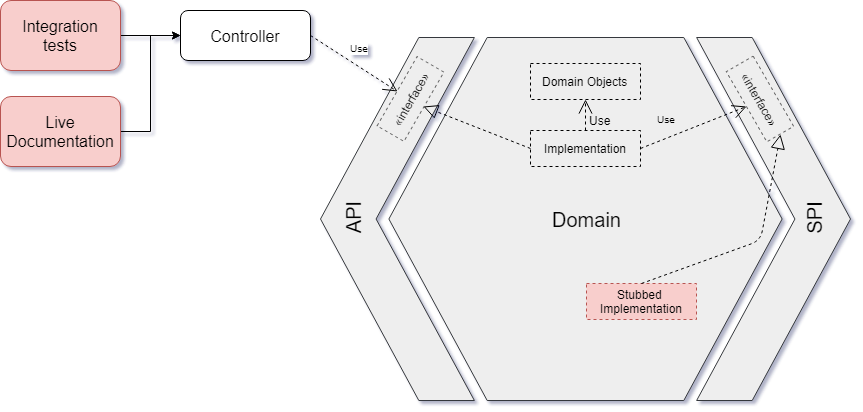
The draw.io diagram images/hexagon-stubbed.png in craftsrecords/talkadvisor-backend, before a commit. Source tidied: cells renumbered, new cells last; positions are measured from the earlier drawing's top-left corner, leaving out a move shared by most shapes. Its diagram source:
```xml
<mxGraphModel background="#ffffff">
  <root>
    <mxCell id="0" />
    <mxCell id="1" parent="0" />
    <mxCell id="2" style="group;comic=0;fontFamily=Helvetica;" parent="1" vertex="1">
      <mxGeometry x="320" y="37" width="530" height="363" as="geometry" />
    </mxCell>
    <mxCell id="3" style="group;comic=0;fontFamily=Helvetica;" parent="2" vertex="1">
      <mxGeometry width="530" height="363" as="geometry" />
    </mxCell>
    <mxCell id="4" style="shape=step;whiteSpace=wrap;html=1;size=0.6388888888888888;comic=0;fontFamily=Helvetica;fillColor=#eeeeee;strokeColor=#36393d;" parent="3" vertex="1">
      <mxGeometry x="376.1" width="153.9" height="363" as="geometry" />
    </mxCell>
    <mxCell id="5" style="shape=step;whiteSpace=wrap;html=1;size=0.6388888888888888;rotation=180;comic=0;fontFamily=Helvetica;fillColor=#eeeeee;strokeColor=#36393d;" parent="3" vertex="1">
      <mxGeometry width="153.9" height="363" as="geometry" />
    </mxCell>
    <mxCell id="6" value="&lt;font style=&quot;font-size: 20px&quot;&gt;Domain&lt;/font&gt;" style="shape=hexagon;perimeter=hexagonPerimeter;whiteSpace=wrap;html=1;fillColor=#eeeeee;strokeColor=#36393d;fontFamily=Helvetica;comic=0;" parent="3" vertex="1">
      <mxGeometry x="68.4" width="393.2" height="363" as="geometry" />
    </mxCell>
    <mxCell id="7" value="&lt;font style=&quot;font-size: 20px&quot;&gt;API&lt;/font&gt;" style="text;html=1;strokeColor=none;fillColor=none;align=center;verticalAlign=middle;whiteSpace=wrap;rotation=-90;fontFamily=Helvetica;comic=0;" parent="3" vertex="1">
      <mxGeometry x="-0.3" y="166.6" width="65.7" height="29.1" as="geometry" />
    </mxCell>
    <mxCell id="8" value="&lt;font style=&quot;font-size: 20px&quot;&gt;SPI&lt;/font&gt;" style="text;html=1;align=center;verticalAlign=middle;spacingTop=-4;rotation=-90;fontSize=24;fontFamily=Helvetica;comic=0;" parent="3" vertex="1">
      <mxGeometry x="470" y="165.5" width="50" height="30" as="geometry" />
    </mxCell>
    <mxCell id="9" value="Implementation" style="html=1;rounded=0;shadow=0;glass=0;comic=0;strokeColor=#000000;fillColor=none;gradientColor=none;fontFamily=Helvetica;fontSize=12;dashed=1;" parent="3" vertex="1">
      <mxGeometry x="210" y="93" width="110" height="36" as="geometry" />
    </mxCell>
    <mxCell id="10" value="&lt;font style=&quot;font-size: 12px&quot;&gt;Domain Objects&lt;/font&gt;" style="html=1;rounded=0;shadow=0;glass=0;comic=0;strokeColor=#000000;fillColor=none;gradientColor=none;fontFamily=Helvetica;fontSize=12;dashed=1;" parent="3" vertex="1">
      <mxGeometry x="210" y="26" width="110" height="36" as="geometry" />
    </mxCell>
    <mxCell id="11" value="Use" style="endArrow=open;endSize=12;dashed=1;html=1;labelBackgroundColor=none;fontFamily=Helvetica;fontSize=12;entryX=0.5;entryY=1;exitX=0.5;exitY=0;comic=0;" parent="3" edge="1" source="9" target="10">
      <mxGeometry x="-0.36" y="-15" relative="1" as="geometry" />
    </mxCell>
    <mxCell id="12" value="Stubbed &lt;br&gt;Implementation" style="html=1;rounded=0;shadow=0;glass=0;comic=0;strokeColor=#b85450;fillColor=#f8cecc;fontFamily=Helvetica;fontSize=12;dashed=1;" parent="3" vertex="1">
      <mxGeometry x="266" y="246" width="110" height="36" as="geometry" />
    </mxCell>
    <mxCell id="13" value="&lt;font style=&quot;font-size: 12px;&quot;&gt;«interface»&lt;/font&gt;&lt;br&gt;" style="html=1;comic=0;rotation=-60;fillColor=none;strokeColor=#666666;fontFamily=Helvetica;dashed=1;verticalAlign=middle;fontSize=12;" parent="2" vertex="1">
      <mxGeometry x="50" y="46" width="80" height="31" as="geometry" />
    </mxCell>
    <mxCell id="14" value="&lt;font style=&quot;font-size: 12px;&quot;&gt;«interface»&lt;/font&gt;&lt;br&gt;" style="html=1;comic=0;rotation=60;fillColor=none;strokeColor=#666666;fontFamily=Helvetica;dashed=1;verticalAlign=middle;fontSize=12;" parent="2" vertex="1">
      <mxGeometry x="399" y="46" width="81" height="31" as="geometry" />
    </mxCell>
    <mxCell id="15" style="endArrow=block;dashed=1;endFill=0;endSize=12;html=1;fontFamily=Helvetica;fontSize=10;entryX=0.5;entryY=1;exitX=0;exitY=0.5;comic=0;" parent="2" edge="1" source="9" target="13">
      <mxGeometry relative="1" as="geometry" />
    </mxCell>
    <mxCell id="16" style="edgeStyle=orthogonalEdgeStyle;rounded=0;comic=0;html=1;exitX=0.5;exitY=0;entryX=0.5;entryY=0;labelBackgroundColor=none;jettySize=auto;orthogonalLoop=1;fontFamily=Helvetica;fontSize=20;" parent="2" edge="1" source="13" target="13">
      <mxGeometry relative="1" as="geometry" />
    </mxCell>
    <mxCell id="17" value="&lt;font style=&quot;font-size: 10px&quot;&gt;Use&lt;/font&gt;" style="endArrow=open;endSize=12;dashed=1;html=1;fontFamily=Helvetica;fontSize=18;exitX=1;exitY=0.5;entryX=0.5;entryY=1;labelBackgroundColor=none;comic=0;" parent="2" edge="1" source="9" target="14">
      <mxGeometry x="-0.38" y="19" relative="1" as="geometry" />
    </mxCell>
    <mxCell id="18" style="endArrow=block;dashed=1;endFill=0;endSize=12;html=1;labelBackgroundColor=none;fontFamily=Helvetica;fontSize=12;entryX=1;entryY=0.5;exitX=0.5;exitY=0;comic=0;" parent="2" edge="1" source="12" target="14">
      <mxGeometry relative="1" as="geometry">
        <Array as="points">
          <mxPoint x="440" y="203" />
        </Array>
      </mxGeometry>
    </mxCell>
    <mxCell id="19" style="edgeStyle=orthogonalEdgeStyle;rounded=0;comic=0;html=1;exitX=1;exitY=0.5;entryX=0;entryY=0.5;labelBackgroundColor=none;jettySize=auto;fontFamily=Helvetica;fontSize=12;" parent="1" edge="1" source="20" target="22">
      <mxGeometry relative="1" as="geometry" />
    </mxCell>
    <mxCell id="20" value="&lt;font style=&quot;font-size: 16px&quot;&gt;Integration&lt;br&gt;tests&lt;/font&gt;" style="rounded=1;whiteSpace=wrap;html=1;shadow=0;glass=0;comic=0;strokeColor=#b85450;fillColor=#f8cecc;fontFamily=Helvetica;fontSize=10;" parent="1" vertex="1">
      <mxGeometry width="120" height="70" as="geometry" />
    </mxCell>
    <mxCell id="21" value="Use" style="endArrow=open;endSize=12;dashed=1;html=1;fontFamily=Helvetica;fontSize=10;entryX=0.5;entryY=0;comic=0;exitX=1;exitY=0.5;" parent="1" edge="1" source="22" target="13">
      <mxGeometry x="-0.08" y="16" relative="1" as="geometry" />
    </mxCell>
    <mxCell id="22" value="&lt;span style=&quot;font-size: 16px&quot;&gt;Controller&lt;/span&gt;" style="rounded=1;whiteSpace=wrap;html=1;shadow=0;glass=0;comic=0;strokeColor=#000000;fillColor=#ffffff;fontFamily=Helvetica;fontSize=10;" parent="1" vertex="1">
      <mxGeometry x="180" y="10" width="130" height="50" as="geometry" />
    </mxCell>
    <mxCell id="23" style="edgeStyle=orthogonalEdgeStyle;rounded=0;comic=0;html=1;exitX=1;exitY=0.5;entryX=0;entryY=0.5;labelBackgroundColor=none;jettySize=auto;fontFamily=Helvetica;fontSize=12;" parent="1" edge="1" source="24" target="22">
      <mxGeometry relative="1" as="geometry" />
    </mxCell>
    <mxCell id="24" value="&lt;span style=&quot;font-size: 16px&quot;&gt;Live Documentation&lt;/span&gt;" style="rounded=1;whiteSpace=wrap;html=1;shadow=0;glass=0;comic=0;strokeColor=#b85450;fillColor=#f8cecc;fontFamily=Helvetica;fontSize=10;" parent="1" vertex="1">
      <mxGeometry y="96" width="120" height="70" as="geometry" />
    </mxCell>
  </root>
</mxGraphModel>
```
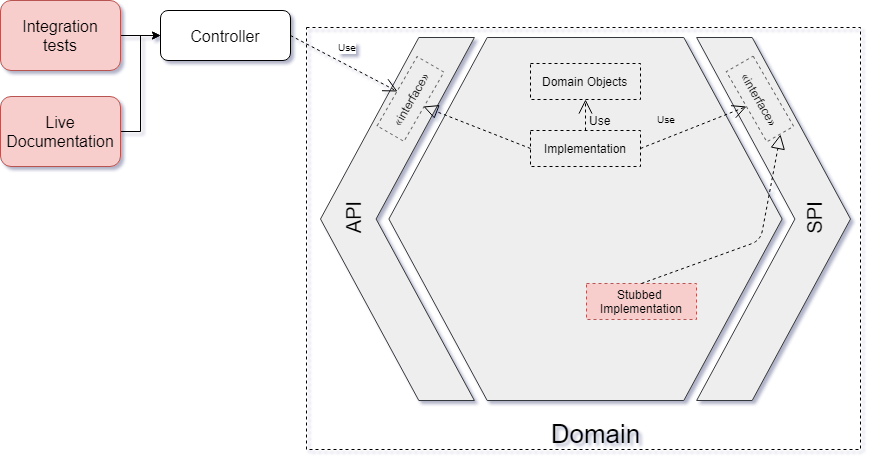
Above is the later version.

What changed in the source:
```diff
@@ -2,78 +2,84 @@
   <root>
     <mxCell id="0" />
     <mxCell id="1" parent="0" />
-    <mxCell id="2" style="group;comic=0;fontFamily=Helvetica;" parent="1" vertex="1">
-      <mxGeometry x="320" y="37" width="530" height="363" as="geometry" />
+    <mxCell id="2" style="rounded=0;whiteSpace=wrap;html=1;fillColor=none;gradientColor=#ffffff;dashed=1;comic=0;fontFamily=Helvetica;" parent="1" vertex="1">
+      <mxGeometry x="320" y="37" width="554" height="422" as="geometry" />
     </mxCell>
-    <mxCell id="3" style="group;comic=0;fontFamily=Helvetica;" parent="2" vertex="1">
-      <mxGeometry width="530" height="363" as="geometry" />
+    <mxCell id="3" style="group;comic=0;fontFamily=Helvetica;" parent="1" vertex="1">
+      <mxGeometry x="334" y="47" width="530" height="363" as="geometry" />
     </mxCell>
-    <mxCell id="4" style="shape=step;whiteSpace=wrap;html=1;size=0.6388888888888888;comic=0;fontFamily=Helvetica;fillColor=#eeeeee;strokeColor=#36393d;" parent="3" vertex="1">
-      <mxGeometry x="376.1" width="153.9" height="363" as="geometry" />
+    <mxCell id="4" style="group;comic=0;fontFamily=Helvetica;" parent="3" vertex="1">
+      <mxGeometry width="530" height="363" as="geometry" />
     </mxCell>
-    <mxCell id="5" style="shape=step;whiteSpace=wrap;html=1;size=0.6388888888888888;rotation=180;comic=0;fontFamily=Helvetica;fillColor=#eeeeee;strokeColor=#36393d;" parent="3" vertex="1">
-      <mxGeometry width="153.9" height="363" as="geometry" />
+    <mxCell id="5" style="shape=step;whiteSpace=wrap;html=1;size=0.6388888888888888;comic=0;fontFamily=Helvetica;fillColor=#eeeeee;strokeColor=#36393d;" parent="4" vertex="1">
+      <mxGeometry x="376.1" width="153.9" height="363" as="geometry" />
     </mxCell>
-    <mxCell id="6" value="&lt;font style=&quot;font-size: 20px&quot;&gt;Domain&lt;/font&gt;" style="shape=hexagon;perimeter=hexagonPerimeter;whiteSpace=wrap;html=1;fillColor=#eeeeee;strokeColor=#36393d;fontFamily=Helvetica;comic=0;" parent="3" vertex="1">
-      <mxGeometry x="68.4" width="393.2" height="363" as="geometry" />
+    <mxCell id="6" style="shape=step;whiteSpace=wrap;html=1;size=0.6388888888888888;rotation=180;comic=0;fontFamily=Helvetica;fillColor=#eeeeee;strokeColor=#36393d;" parent="4" vertex="1">
+      <mxGeometry width="153.9" height="363" as="geometry" />
     </mxCell>
-    <mxCell id="7" value="&lt;font style=&quot;font-size: 20px&quot;&gt;API&lt;/font&gt;" style="text;html=1;strokeColor=none;fillColor=none;align=center;verticalAlign=middle;whiteSpace=wrap;rotation=-90;fontFamily=Helvetica;comic=0;" parent="3" vertex="1">
-      <mxGeometry x="-0.3" y="166.6" width="65.7" height="29.1" as="geometry" />
+    <mxCell id="7" style="shape=hexagon;perimeter=hexagonPerimeter;whiteSpace=wrap;html=1;fillColor=#eeeeee;strokeColor=#36393d;fontFamily=Helvetica;comic=0;" parent="4" vertex="1">
+      <mxGeometry x="68.4" width="393.2" height="363" as="geometry" />
     </mxCell>
-    <mxCell id="8" value="&lt;font style=&quot;font-size: 20px&quot;&gt;SPI&lt;/font&gt;" style="text;html=1;align=center;verticalAlign=middle;spacingTop=-4;rotation=-90;fontSize=24;fontFamily=Helvetica;comic=0;" parent="3" vertex="1">
-      <mxGeometry x="470" y="165.5" width="50" height="30" as="geometry" />
+    <mxCell id="8" value="&lt;font style=&quot;font-size: 20px&quot;&gt;API&lt;/font&gt;" style="text;html=1;strokeColor=none;fillColor=none;align=center;verticalAlign=middle;whiteSpace=wrap;rotation=-90;fontFamily=Helvetica;comic=0;" parent="4" vertex="1">
+      <mxGeometry x="-0.3" y="166.6" width="65.7" height="29.1" as="geometry" />
     </mxCell>
-    <mxCell id="9" value="Implementation" style="html=1;rounded=0;shadow=0;glass=0;comic=0;strokeColor=#000000;fillColor=none;gradientColor=none;fontFamily=Helvetica;fontSize=12;dashed=1;" parent="3" vertex="1">
-      <mxGeometry x="210" y="93" width="110" height="36" as="geometry" />
+    <mxCell id="9" value="&lt;font style=&quot;font-size: 20px&quot;&gt;SPI&lt;/font&gt;" style="text;html=1;points=[];align=center;verticalAlign=middle;spacingTop=-4;rotation=-90;fontSize=24;fontFamily=Helvetica;comic=0;" parent="4" vertex="1">
+      <mxGeometry x="470" y="165.5" width="50" height="30" as="geometry" />
     </mxCell>
-    <mxCell id="10" value="&lt;font style=&quot;font-size: 12px&quot;&gt;Domain Objects&lt;/font&gt;" style="html=1;rounded=0;shadow=0;glass=0;comic=0;strokeColor=#000000;fillColor=none;gradientColor=none;fontFamily=Helvetica;fontSize=12;dashed=1;" parent="3" vertex="1">
-      <mxGeometry x="210" y="26" width="110" height="36" as="geometry" />
+    <mxCell id="10" value="Implementation" style="html=1;rounded=0;shadow=0;glass=0;comic=0;strokeColor=#000000;fillColor=none;gradientColor=none;fontFamily=Helvetica;fontSize=12;dashed=1;" parent="4" vertex="1">
+      <mxGeometry x="210" y="93" width="110" height="36" as="geometry" />
     </mxCell>
-    <mxCell id="11" value="Use" style="endArrow=open;endSize=12;dashed=1;html=1;labelBackgroundColor=none;fontFamily=Helvetica;fontSize=12;entryX=0.5;entryY=1;exitX=0.5;exitY=0;comic=0;" parent="3" edge="1" source="9" target="10">
-      <mxGeometry x="-0.36" y="-15" relative="1" as="geometry" />
+    <mxCell id="11" value="&lt;font style=&quot;font-size: 12px&quot;&gt;Domain Objects&lt;/font&gt;" style="html=1;rounded=0;shadow=0;glass=0;comic=0;strokeColor=#000000;fillColor=none;gradientColor=none;fontFamily=Helvetica;fontSize=12;dashed=1;" parent="4" vertex="1">
+      <mxGeometry x="210" y="26" width="110" height="36" as="geometry" />
     </mxCell>
-    <mxCell id="12" value="Stubbed &lt;br&gt;Implementation" style="html=1;rounded=0;shadow=0;glass=0;comic=0;strokeColor=#b85450;fillColor=#f8cecc;fontFamily=Helvetica;fontSize=12;dashed=1;" parent="3" vertex="1">
-      <mxGeometry x="266" y="246" width="110" height="36" as="geometry" />
+    <mxCell id="12" value="Use" style="endArrow=open;endSize=12;dashed=1;html=1;labelBackgroundColor=none;fontFamily=Helvetica;fontSize=12;entryX=0.5;entryY=1;exitX=0.5;exitY=0;comic=0;" parent="4" edge="1" source="10" target="11">
+      <mxGeometry x="-0.36" y="-15" relative="1" as="geometry" />
     </mxCell>
-    <mxCell id="13" value="&lt;font style=&quot;font-size: 12px;&quot;&gt;«interface»&lt;/font&gt;&lt;br&gt;" style="html=1;comic=0;rotation=-60;fillColor=none;strokeColor=#666666;fontFamily=Helvetica;dashed=1;verticalAlign=middle;fontSize=12;" parent="2" vertex="1">
-      <mxGeometry x="50" y="46" width="80" height="31" as="geometry" />
+    <mxCell id="13" value="Stubbed &lt;br&gt;Implementation" style="html=1;rounded=0;shadow=0;glass=0;comic=0;strokeColor=#b85450;fillColor=#f8cecc;fontFamily=Helvetica;fontSize=12;dashed=1;" parent="4" vertex="1">
+      <mxGeometry x="266" y="246" width="110" height="36" as="geometry" />
     </mxCell>
-    <mxCell id="14" value="&lt;font style=&quot;font-size: 12px;&quot;&gt;«interface»&lt;/font&gt;&lt;br&gt;" style="html=1;comic=0;rotation=60;fillColor=none;strokeColor=#666666;fontFamily=Helvetica;dashed=1;verticalAlign=middle;fontSize=12;" parent="2" vertex="1">
-      <mxGeometry x="399" y="46" width="81" height="31" as="geometry" />
+    <mxCell id="14" value="&lt;font style=&quot;font-size: 12px;&quot;&gt;«interface»&lt;/font&gt;&lt;br&gt;" style="html=1;comic=0;rotation=-60;fillColor=none;strokeColor=#666666;fontFamily=Helvetica;dashed=1;verticalAlign=middle;fontSize=12;" parent="3" vertex="1">
+      <mxGeometry x="50" y="46" width="80" height="31" as="geometry" />
     </mxCell>
-    <mxCell id="15" style="endArrow=block;dashed=1;endFill=0;endSize=12;html=1;fontFamily=Helvetica;fontSize=10;entryX=0.5;entryY=1;exitX=0;exitY=0.5;comic=0;" parent="2" edge="1" source="9" target="13">
-      <mxGeometry relative="1" as="geometry" />
+    <mxCell id="15" value="&lt;font style=&quot;font-size: 12px;&quot;&gt;«interface»&lt;/font&gt;&lt;br&gt;" style="html=1;comic=0;rotation=60;fillColor=none;strokeColor=#666666;fontFamily=Helvetica;dashed=1;verticalAlign=middle;fontSize=12;" parent="3" vertex="1">
+      <mxGeometry x="399" y="46" width="81" height="31" as="geometry" />
     </mxCell>
-    <mxCell id="16" style="edgeStyle=orthogonalEdgeStyle;rounded=0;comic=0;html=1;exitX=0.5;exitY=0;entryX=0.5;entryY=0;labelBackgroundColor=none;jettySize=auto;orthogonalLoop=1;fontFamily=Helvetica;fontSize=20;" parent="2" edge="1" source="13" target="13">
+    <mxCell id="16" style="endArrow=block;dashed=1;endFill=0;endSize=12;html=1;fontFamily=Helvetica;fontSize=10;entryX=0.5;entryY=1;exitX=0;exitY=0.5;comic=0;" parent="3" edge="1" source="10" target="14">
       <mxGeometry relative="1" as="geometry" />
     </mxCell>
-    <mxCell id="17" value="&lt;font style=&quot;font-size: 10px&quot;&gt;Use&lt;/font&gt;" style="endArrow=open;endSize=12;dashed=1;html=1;fontFamily=Helvetica;fontSize=18;exitX=1;exitY=0.5;entryX=0.5;entryY=1;labelBackgroundColor=none;comic=0;" parent="2" edge="1" source="9" target="14">
-      <mxGeometry x="-0.38" y="19" relative="1" as="geometry" />
+    <mxCell id="17" style="edgeStyle=orthogonalEdgeStyle;rounded=0;comic=0;html=1;exitX=0.5;exitY=0;entryX=0.5;entryY=0;labelBackgroundColor=none;jettySize=auto;orthogonalLoop=1;fontFamily=Helvetica;fontSize=20;" parent="3" edge="1" source="14" target="14">
+      <mxGeometry relative="1" as="geometry" />
     </mxCell>
-    <mxCell id="18" style="endArrow=block;dashed=1;endFill=0;endSize=12;html=1;labelBackgroundColor=none;fontFamily=Helvetica;fontSize=12;entryX=1;entryY=0.5;exitX=0.5;exitY=0;comic=0;" parent="2" edge="1" source="12" target="14">
-      <mxGeometry relative="1" as="geometry">
-        <Array as="points">
-          <mxPoint x="440" y="203" />
-        </Array>
-      </mxGeometry>
+    <mxCell id="18" value="&lt;font style=&quot;font-size: 10px&quot;&gt;Use&lt;/font&gt;" style="endArrow=open;endSize=12;dashed=1;html=1;fontFamily=Helvetica;fontSize=18;exitX=1;exitY=0.5;entryX=0.5;entryY=1;labelBackgroundColor=none;comic=0;" parent="3" edge="1" source="10" target="15">
+      <mxGeometry x="-0.38" y="19" relative="1" as="geometry" />
     </mxCell>
-    <mxCell id="19" style="edgeStyle=orthogonalEdgeStyle;rounded=0;comic=0;html=1;exitX=1;exitY=0.5;entryX=0;entryY=0.5;labelBackgroundColor=none;jettySize=auto;fontFamily=Helvetica;fontSize=12;" parent="1" edge="1" source="20" target="22">
-      <mxGeometry relative="1" as="geometry" />
+    <mxCell id="19" style="endArrow=block;dashed=1;endFill=0;endSize=12;html=1;labelBackgroundColor=none;fontFamily=Helvetica;fontSize=12;entryX=1;entryY=0.5;exitX=0.5;exitY=0;comic=0;" parent="3" edge="1" source="13" target="15">
+      <mxGeometry relative="1" as="geometry">
+        <Array as="points">
+          <mxPoint x="440" y="203" />
+        </Array>
+      </mxGeometry>
     </mxCell>
-    <mxCell id="20" value="&lt;font style=&quot;font-size: 16px&quot;&gt;Integration&lt;br&gt;tests&lt;/font&gt;" style="rounded=1;whiteSpace=wrap;html=1;shadow=0;glass=0;comic=0;strokeColor=#b85450;fillColor=#f8cecc;fontFamily=Helvetica;fontSize=10;" parent="1" vertex="1">
-      <mxGeometry width="120" height="70" as="geometry" />
+    <mxCell id="20" style="edgeStyle=orthogonalEdgeStyle;rounded=0;comic=0;html=1;exitX=1;exitY=0.5;entryX=0;entryY=0.5;labelBackgroundColor=none;jettySize=auto;fontFamily=Helvetica;fontSize=12;" parent="1" edge="1" source="21" target="23">
+      <mxGeometry relative="1" as="geometry" />
     </mxCell>
-    <mxCell id="21" value="Use" style="endArrow=open;endSize=12;dashed=1;html=1;fontFamily=Helvetica;fontSize=10;entryX=0.5;entryY=0;comic=0;exitX=1;exitY=0.5;" parent="1" edge="1" source="22" target="13">
-      <mxGeometry x="-0.08" y="16" relative="1" as="geometry" />
+    <mxCell id="21" value="&lt;font style=&quot;font-size: 16px&quot;&gt;Integration&lt;br&gt;tests&lt;/font&gt;" style="rounded=1;whiteSpace=wrap;html=1;shadow=0;glass=0;comic=0;strokeColor=#b85450;fillColor=#f8cecc;fontFamily=Helvetica;fontSize=10;" parent="1" vertex="1">
+      <mxGeometry x="14" y="10" width="120" height="70" as="geometry" />
     </mxCell>
-    <mxCell id="22" value="&lt;span style=&quot;font-size: 16px&quot;&gt;Controller&lt;/span&gt;" style="rounded=1;whiteSpace=wrap;html=1;shadow=0;glass=0;comic=0;strokeColor=#000000;fillColor=#ffffff;fontFamily=Helvetica;fontSize=10;" parent="1" vertex="1">
-      <mxGeometry x="180" y="10" width="130" height="50" as="geometry" />
+    <mxCell id="22" value="Use" style="endArrow=open;endSize=12;dashed=1;html=1;fontFamily=Helvetica;fontSize=10;entryX=0.5;entryY=0;comic=0;exitX=1;exitY=0.5;" parent="1" edge="1" source="23" target="14">
+      <mxGeometry x="-0.08" y="16" relative="1" as="geometry" />
     </mxCell>
-    <mxCell id="23" style="edgeStyle=orthogonalEdgeStyle;rounded=0;comic=0;html=1;exitX=1;exitY=0.5;entryX=0;entryY=0.5;labelBackgroundColor=none;jettySize=auto;fontFamily=Helvetica;fontSize=12;" parent="1" edge="1" source="24" target="22">
-      <mxGeometry relative="1" as="geometry" />
+    <mxCell id="23" value="&lt;span style=&quot;font-size: 16px&quot;&gt;Controller&lt;/span&gt;" style="rounded=1;whiteSpace=wrap;html=1;shadow=0;glass=0;comic=0;strokeColor=#000000;fillColor=#ffffff;fontFamily=Helvetica;fontSize=10;" parent="1" vertex="1">
+      <mxGeometry x="174" y="20" width="130" height="50" as="geometry" />
     </mxCell>
-    <mxCell id="24" value="&lt;span style=&quot;font-size: 16px&quot;&gt;Live Documentation&lt;/span&gt;" style="rounded=1;whiteSpace=wrap;html=1;shadow=0;glass=0;comic=0;strokeColor=#b85450;fillColor=#f8cecc;fontFamily=Helvetica;fontSize=10;" parent="1" vertex="1">
-      <mxGeometry y="96" width="120" height="70" as="geometry" />
+    <mxCell id="24" style="edgeStyle=orthogonalEdgeStyle;rounded=0;comic=0;html=1;exitX=1;exitY=0.5;entryX=0;entryY=0.5;labelBackgroundColor=none;jettySize=auto;fontFamily=Helvetica;fontSize=12;" parent="1" edge="1" source="25" target="23">
+      <mxGeometry relative="1" as="geometry" />
     </mxCell>
+    <mxCell id="25" value="&lt;span style=&quot;font-size: 16px&quot;&gt;Live Documentation&lt;/span&gt;" style="rounded=1;whiteSpace=wrap;html=1;shadow=0;glass=0;comic=0;strokeColor=#b85450;fillColor=#f8cecc;fontFamily=Helvetica;fontSize=10;" parent="1" vertex="1">
+      <mxGeometry x="14" y="106" width="120" height="70" as="geometry" />
+    </mxCell>
+    <mxCell id="26" value="&lt;font style=&quot;font-size: 26px&quot;&gt;Domain&lt;/font&gt;" style="text;html=1;strokeColor=none;fillColor=none;align=center;verticalAlign=middle;whiteSpace=wrap;rounded=0;comic=0;fontFamily=Helvetica;" parent="1" vertex="1">
+      <mxGeometry x="589" y="433" width="40" height="20" as="geometry" />
+    </mxCell>
   </root>
 </mxGraphModel>
```
